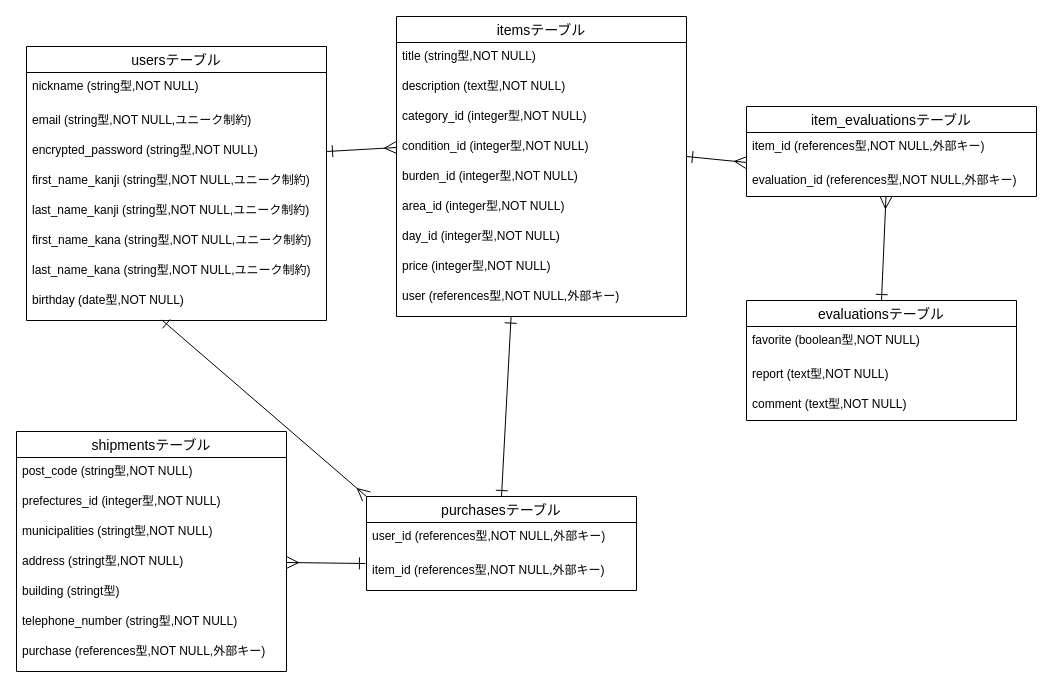
This is page "ページ1" (1 of 2) of furima-ER.dio from miradori/furima-39710, a draw.io file, before an edit. Source tidied: cells renumbered, new cells numbered last; positions are measured from the earlier drawing's top-left corner, leaving out a move shared by most shapes. Both pictures are drawn from the tidied source at 100%, with x=0, y=0 at pixel (16, 16).
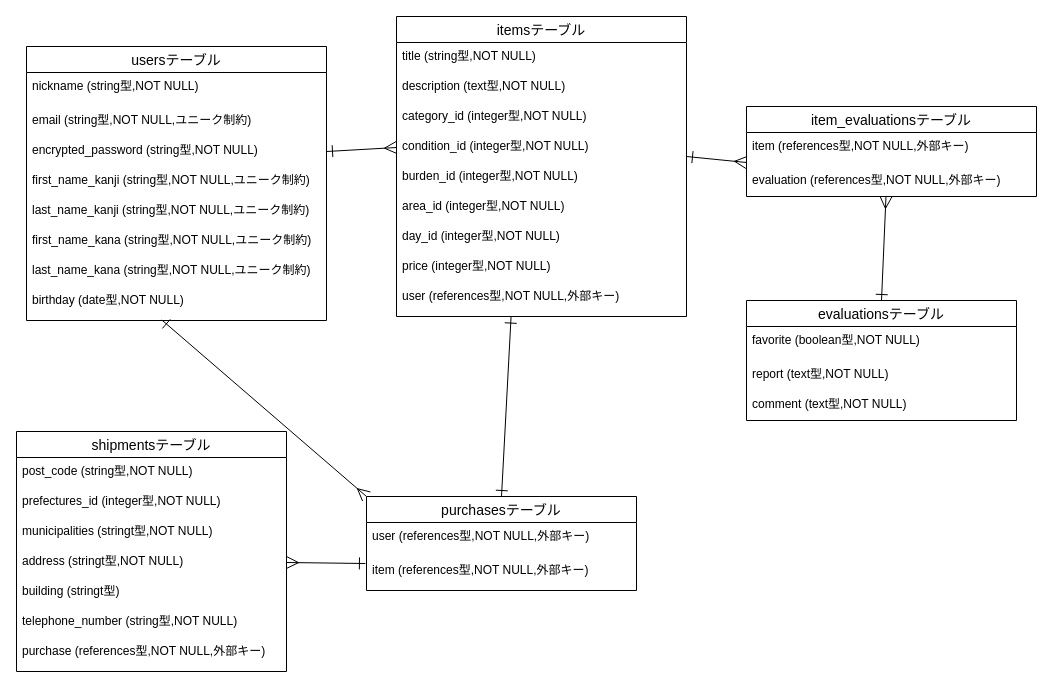
The same diagram, later.

Commit message (it also covers changes not shown here):
データベース設計ver02-1

The change refers to these unchanged cells:
```xml
<mxCell id="25" value="purchasesテーブル" style="swimlane;fontStyle=0;horizontal=1;startSize=26;align=center;fontSize=14;" parent="1" vertex="1">
  <mxGeometry x="350" y="480" width="270" height="94" as="geometry" />
</mxCell>
<mxCell id="28" value="item_evaluationsテーブル" style="swimlane;fontStyle=0;horizontal=1;startSize=26;align=center;fontSize=14;" parent="1" vertex="1">
  <mxGeometry x="730" y="90" width="290" height="90" as="geometry" />
</mxCell>
```

The edit, as a diff of the source:
```diff
@@
-    <mxCell id="26" value="user_id (references型,NOT NULL,外部キー)" style="text;strokeColor=none;fillColor=none;spacingLeft=4;spacingRight=4;overflow=hidden;fontSize=12;" parent="25" vertex="1">
+    <mxCell id="26" value="user (references型,NOT NULL,外部キー)" style="text;strokeColor=none;fillColor=none;spacingLeft=4;spacingRight=4;overflow=hidden;fontSize=12;" parent="25" vertex="1">
       <mxGeometry y="26" width="270" height="34" as="geometry" />
     </mxCell>
-    <mxCell id="27" value="item_id (references型,NOT NULL,外部キー)" style="text;strokeColor=none;fillColor=none;spacingLeft=4;spacingRight=4;overflow=hidden;points=[[0,0.5],[1,0.5]];portConstraint=eastwest;fontSize=12;" parent="25" vertex="1">
+    <mxCell id="27" value="item (references型,NOT NULL,外部キー)" style="text;strokeColor=none;fillColor=none;spacingLeft=4;spacingRight=4;overflow=hidden;points=[[0,0.5],[1,0.5]];portConstraint=eastwest;fontSize=12;" parent="25" vertex="1">
       <mxGeometry y="60" width="270" height="34" as="geometry" />
     </mxCell>
@@
-    <mxCell id="29" value="item_id (references型,NOT NULL,外部キー)" style="text;strokeColor=none;fillColor=none;spacingLeft=4;spacingRight=4;overflow=hidden;points=[[0,0.5],[1,0.5]];portConstraint=eastwest;fontSize=12;" parent="28" vertex="1">
+    <mxCell id="29" value="item (references型,NOT NULL,外部キー)" style="text;strokeColor=none;fillColor=none;spacingLeft=4;spacingRight=4;overflow=hidden;points=[[0,0.5],[1,0.5]];portConstraint=eastwest;fontSize=12;" parent="28" vertex="1">
       <mxGeometry y="26" width="290" height="34" as="geometry" />
     </mxCell>
-    <mxCell id="30" value="evaluation_id (references型,NOT NULL,外部キー)" style="text;strokeColor=none;fillColor=none;spacingLeft=4;spacingRight=4;overflow=hidden;points=[[0,0.5],[1,0.5]];portConstraint=eastwest;fontSize=12;" parent="28" vertex="1">
+    <mxCell id="30" value="evaluation (references型,NOT NULL,外部キー)" style="text;strokeColor=none;fillColor=none;spacingLeft=4;spacingRight=4;overflow=hidden;points=[[0,0.5],[1,0.5]];portConstraint=eastwest;fontSize=12;" parent="28" vertex="1">
       <mxGeometry y="60" width="290" height="30" as="geometry" />
     </mxCell>
```
